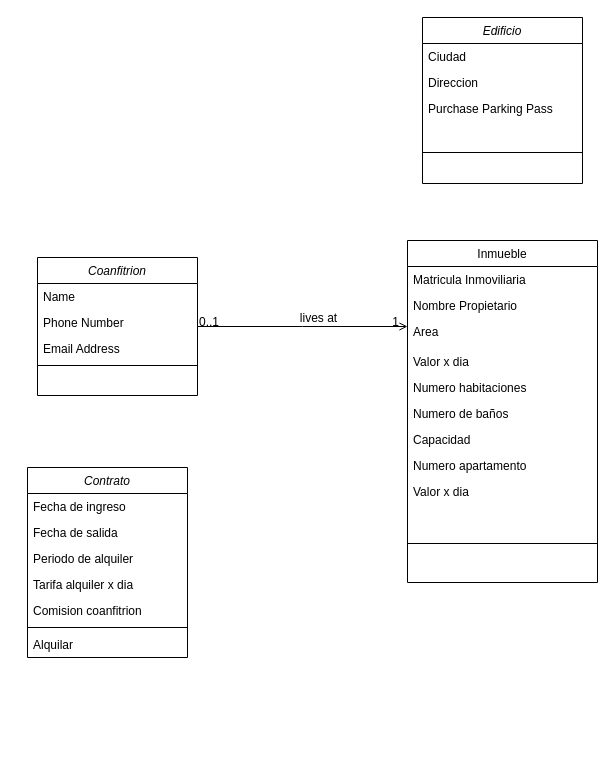
fsvarelae/fsvarelae keeps this draw.io diagram as Diagrama sin título.drawio. Above is the earlier version. Source tidied: cells renumbered, new cells numbered last; positions are measured from the earlier drawing's top-left corner, leaving out a move shared by most shapes. Both pictures are drawn from the tidied source at 100%, with x=0, y=0 at pixel (27, 17).
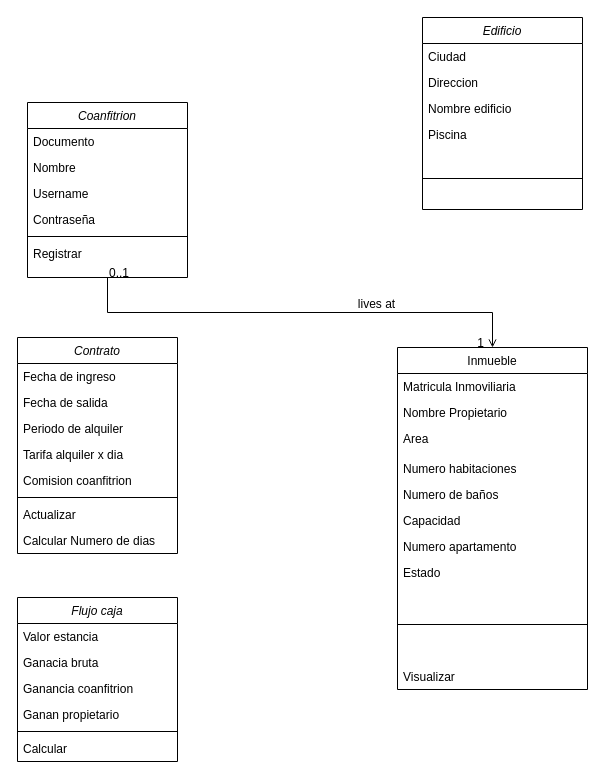
The same diagram, later.

Change to the diagram source:
```diff
@@
     <mxCell id="2" value="Coanfitrion" style="swimlane;fontStyle=2;align=center;verticalAlign=top;horizontal=1;startSize=26;rounded=0;shadow=0;strokeWidth=1;" parent="1" vertex="1">
-      <mxGeometry x="10" y="240" width="160" height="138" as="geometry" />
+      <mxGeometry y="85" width="160" height="175" as="geometry" />
     </mxCell>
-    <mxCell id="3" value="Name" style="text;align=left;verticalAlign=top;spacingLeft=4;spacingRight=4;overflow=hidden;" parent="2" vertex="1">
+    <mxCell id="3" value="Documento" style="text;align=left;verticalAlign=top;spacingLeft=4;spacingRight=4;overflow=hidden;" parent="2" vertex="1">
       <mxGeometry y="26" width="160" height="26" as="geometry" />
     </mxCell>
-    <mxCell id="4" value="Phone Number" style="text;align=left;verticalAlign=top;spacingLeft=4;spacingRight=4;overflow=hidden;rounded=0;shadow=0;html=0;" parent="2" vertex="1">
+    <mxCell id="4" value="Nombre " style="text;align=left;verticalAlign=top;spacingLeft=4;spacingRight=4;overflow=hidden;rounded=0;shadow=0;html=0;" parent="2" vertex="1">
       <mxGeometry y="52" width="160" height="26" as="geometry" />
     </mxCell>
-    <mxCell id="5" value="Email Address" style="text;align=left;verticalAlign=top;spacingLeft=4;spacingRight=4;overflow=hidden;rounded=0;shadow=0;html=0;" parent="2" vertex="1">
+    <mxCell id="5" value="Username" style="text;align=left;verticalAlign=top;spacingLeft=4;spacingRight=4;overflow=hidden;rounded=0;shadow=0;html=0;" parent="2" vertex="1">
       <mxGeometry y="78" width="160" height="26" as="geometry" />
     </mxCell>
+    <mxCell id="35" value="Contraseña" style="text;align=left;verticalAlign=top;spacingLeft=4;spacingRight=4;overflow=hidden;rounded=0;shadow=0;html=0;" parent="2" vertex="1">
+      <mxGeometry y="104" width="160" height="26" as="geometry" />
+    </mxCell>
     <mxCell id="6" style="line;html=1;strokeWidth=1;align=left;verticalAlign=middle;spacingTop=-1;spacingLeft=3;spacingRight=3;labelPosition=right;" parent="2" vertex="1">
-      <mxGeometry y="104" width="160" height="8" as="geometry" />
+      <mxGeometry y="130" width="160" height="8" as="geometry" />
     </mxCell>
+    <mxCell id="36" value="Registrar" style="text;align=left;verticalAlign=top;spacingLeft=4;spacingRight=4;overflow=hidden;" parent="2" vertex="1">
+      <mxGeometry y="138" width="160" height="26" as="geometry" />
+    </mxCell>
     <mxCell id="7" value="Inmueble" style="swimlane;fontStyle=0;align=center;verticalAlign=top;horizontal=1;startSize=26;rounded=0;shadow=0;strokeWidth=1;" parent="1" vertex="1">
-      <mxGeometry x="380" y="223" width="190" height="342" as="geometry" />
+      <mxGeometry x="370" y="330" width="190" height="342" as="geometry" />
     </mxCell>
@@
-    <mxCell id="11" value="Valor x dia" style="text;align=left;verticalAlign=top;spacingLeft=4;spacingRight=4;overflow=hidden;" parent="7" vertex="1">
-      <mxGeometry y="108" width="190" height="26" as="geometry" />
-    </mxCell>
     <mxCell id="12" value="Numero habitaciones" style="text;align=left;verticalAlign=top;spacingLeft=4;spacingRight=4;overflow=hidden;" parent="7" vertex="1">
-      <mxGeometry y="134" width="190" height="26" as="geometry" />
+      <mxGeometry y="108" width="190" height="26" as="geometry" />
     </mxCell>
     <mxCell id="13" value="Numero de baños" style="text;align=left;verticalAlign=top;spacingLeft=4;spacingRight=4;overflow=hidden;" parent="7" vertex="1">
-      <mxGeometry y="160" width="190" height="26" as="geometry" />
+      <mxGeometry y="134" width="190" height="26" as="geometry" />
     </mxCell>
     <mxCell id="14" value="Capacidad" style="text;align=left;verticalAlign=top;spacingLeft=4;spacingRight=4;overflow=hidden;" parent="7" vertex="1">
-      <mxGeometry y="186" width="190" height="26" as="geometry" />
+      <mxGeometry y="160" width="190" height="26" as="geometry" />
     </mxCell>
     <mxCell id="15" value="Numero apartamento" style="text;align=left;verticalAlign=top;spacingLeft=4;spacingRight=4;overflow=hidden;" parent="7" vertex="1">
-      <mxGeometry y="212" width="190" height="26" as="geometry" />
+      <mxGeometry y="186" width="190" height="26" as="geometry" />
     </mxCell>
-    <mxCell id="16" value="Valor x dia" style="text;align=left;verticalAlign=top;spacingLeft=4;spacingRight=4;overflow=hidden;" parent="7" vertex="1">
-      <mxGeometry y="238" width="190" height="26" as="geometry" />
-    </mxCell>
+    <mxCell id="37" value="Estado" style="text;align=left;verticalAlign=top;spacingLeft=4;spacingRight=4;overflow=hidden;rounded=0;shadow=0;html=0;" parent="7" vertex="1">
+      <mxGeometry y="212" width="190" height="26" as="geometry" />
+    </mxCell>
     <mxCell id="17" style="line;html=1;strokeWidth=1;align=left;verticalAlign=middle;spacingTop=-1;spacingLeft=3;spacingRight=3;labelPosition=right;" parent="7" vertex="1">
-      <mxGeometry y="264" width="190" height="78" as="geometry" />
+      <mxGeometry y="238" width="190" height="78" as="geometry" />
     </mxCell>
+    <mxCell id="38" value="Visualizar" style="text;align=left;verticalAlign=top;spacingLeft=4;spacingRight=4;overflow=hidden;" parent="7" vertex="1">
+      <mxGeometry y="316" width="190" height="24" as="geometry" />
+    </mxCell>
@@
     <mxCell id="22" value="Edificio" style="swimlane;fontStyle=2;align=center;verticalAlign=top;horizontal=1;startSize=26;rounded=0;shadow=0;strokeWidth=1;" parent="1" vertex="1">
-      <mxGeometry x="395" width="160" height="166" as="geometry" />
+      <mxGeometry x="395" width="160" height="192" as="geometry" />
     </mxCell>
@@
+    <mxCell id="39" value="Nombre edificio" style="text;align=left;verticalAlign=top;spacingLeft=4;spacingRight=4;overflow=hidden;rounded=0;shadow=0;html=0;" parent="22" vertex="1">
+      <mxGeometry y="78" width="160" height="26" as="geometry" />
+    </mxCell>
-    <mxCell id="25" value="Purchase Parking Pass" style="text;align=left;verticalAlign=top;spacingLeft=4;spacingRight=4;overflow=hidden;" parent="22" vertex="1">
-      <mxGeometry y="78" width="160" height="26" as="geometry" />
+    <mxCell id="25" value="Piscina" style="text;align=left;verticalAlign=top;spacingLeft=4;spacingRight=4;overflow=hidden;" parent="22" vertex="1">
+      <mxGeometry y="104" width="160" height="26" as="geometry" />
     </mxCell>
     <mxCell id="26" style="line;html=1;strokeWidth=1;align=left;verticalAlign=middle;spacingTop=-1;spacingLeft=3;spacingRight=3;labelPosition=right;" parent="22" vertex="1">
-      <mxGeometry y="104" width="160" height="62" as="geometry" />
+      <mxGeometry y="130" width="160" height="62" as="geometry" />
     </mxCell>
     <mxCell id="27" value="Contrato" style="swimlane;fontStyle=2;align=center;verticalAlign=top;horizontal=1;startSize=26;rounded=0;shadow=0;strokeWidth=1;" parent="1" vertex="1">
-      <mxGeometry y="450" width="160" height="190" as="geometry" />
+      <mxGeometry x="-10" y="320" width="160" height="216" as="geometry" />
     </mxCell>
@@
-    <mxCell id="34" value="Alquilar" style="text;align=left;verticalAlign=top;spacingLeft=4;spacingRight=4;overflow=hidden;" parent="27" vertex="1">
+    <mxCell id="34" value="Actualizar" style="text;align=left;verticalAlign=top;spacingLeft=4;spacingRight=4;overflow=hidden;" parent="27" vertex="1">
       <mxGeometry y="164" width="160" height="26" as="geometry" />
     </mxCell>
+    <mxCell id="40" value="Calcular Numero de dias" style="text;align=left;verticalAlign=top;spacingLeft=4;spacingRight=4;overflow=hidden;" parent="27" vertex="1">
+      <mxGeometry y="190" width="160" height="26" as="geometry" />
+    </mxCell>
+    <mxCell id="41" value="Flujo caja" style="swimlane;fontStyle=2;align=center;verticalAlign=top;horizontal=1;startSize=26;rounded=0;shadow=0;strokeWidth=1;" parent="1" vertex="1">
+      <mxGeometry x="-10" y="580" width="160" height="164" as="geometry" />
+    </mxCell>
+    <mxCell id="42" value="Valor estancia" style="text;align=left;verticalAlign=top;spacingLeft=4;spacingRight=4;overflow=hidden;rounded=0;shadow=0;html=0;" parent="41" vertex="1">
+      <mxGeometry y="26" width="160" height="26" as="geometry" />
+    </mxCell>
+    <mxCell id="43" value="Ganacia bruta" style="text;align=left;verticalAlign=top;spacingLeft=4;spacingRight=4;overflow=hidden;rounded=0;shadow=0;html=0;" parent="41" vertex="1">
+      <mxGeometry y="52" width="160" height="26" as="geometry" />
+    </mxCell>
+    <mxCell id="44" value="Ganancia coanfitrion" style="text;align=left;verticalAlign=top;spacingLeft=4;spacingRight=4;overflow=hidden;rounded=0;shadow=0;html=0;" parent="41" vertex="1">
+      <mxGeometry y="78" width="160" height="26" as="geometry" />
+    </mxCell>
+    <mxCell id="45" value="Ganan propietario" style="text;align=left;verticalAlign=top;spacingLeft=4;spacingRight=4;overflow=hidden;rounded=0;shadow=0;html=0;" parent="41" vertex="1">
+      <mxGeometry y="104" width="160" height="26" as="geometry" />
+    </mxCell>
+    <mxCell id="46" style="line;html=1;strokeWidth=1;align=left;verticalAlign=middle;spacingTop=-1;spacingLeft=3;spacingRight=3;labelPosition=right;" parent="41" vertex="1">
+      <mxGeometry y="130" width="160" height="8" as="geometry" />
+    </mxCell>
+    <mxCell id="47" value="Calcular" style="text;align=left;verticalAlign=top;spacingLeft=4;spacingRight=4;overflow=hidden;" parent="41" vertex="1">
+      <mxGeometry y="138" width="160" height="26" as="geometry" />
+    </mxCell>
```
